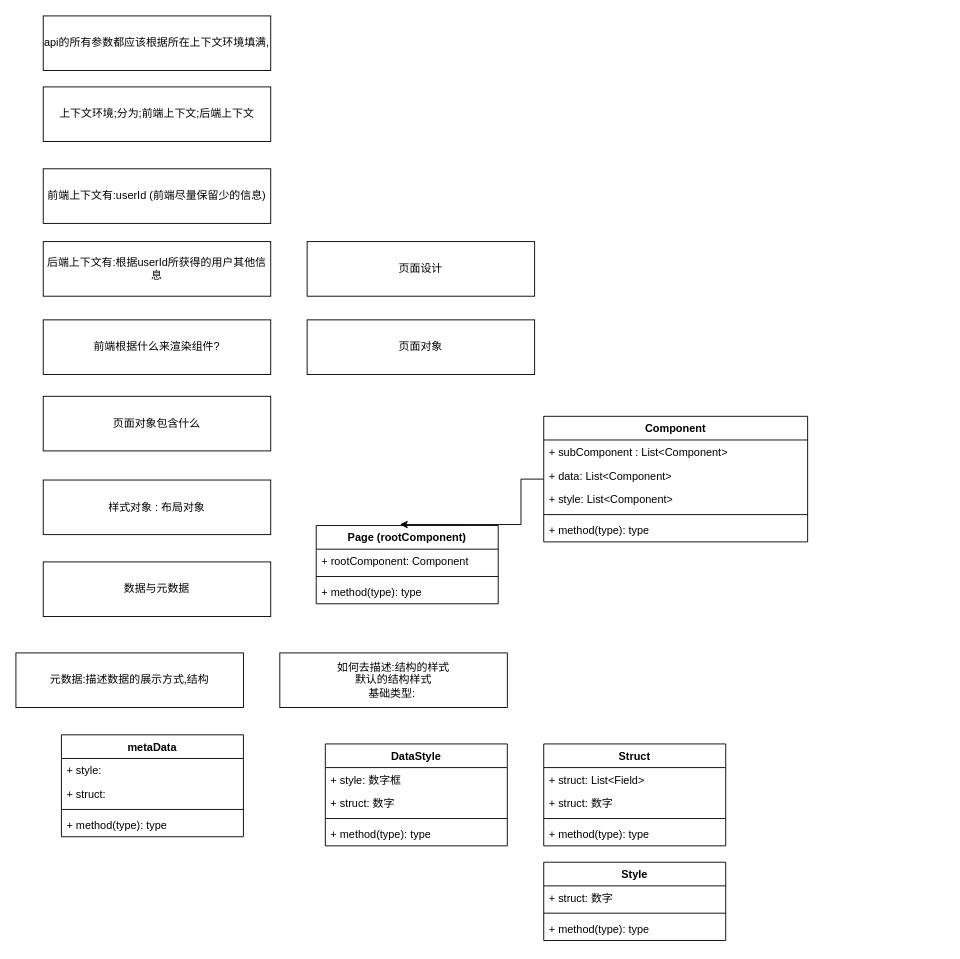
Earlier version of the draw.io diagram page "第 2 页" (2 of 2) of 低代码.drawio (idbanfan/drawio). Source tidied: cells renumbered, new cells numbered last; positions are measured from the earlier drawing's top-left corner, leaving out a move shared by most shapes. Both pictures are drawn from the tidied source at 91%, with x=0, y=0 at pixel (15, 15).
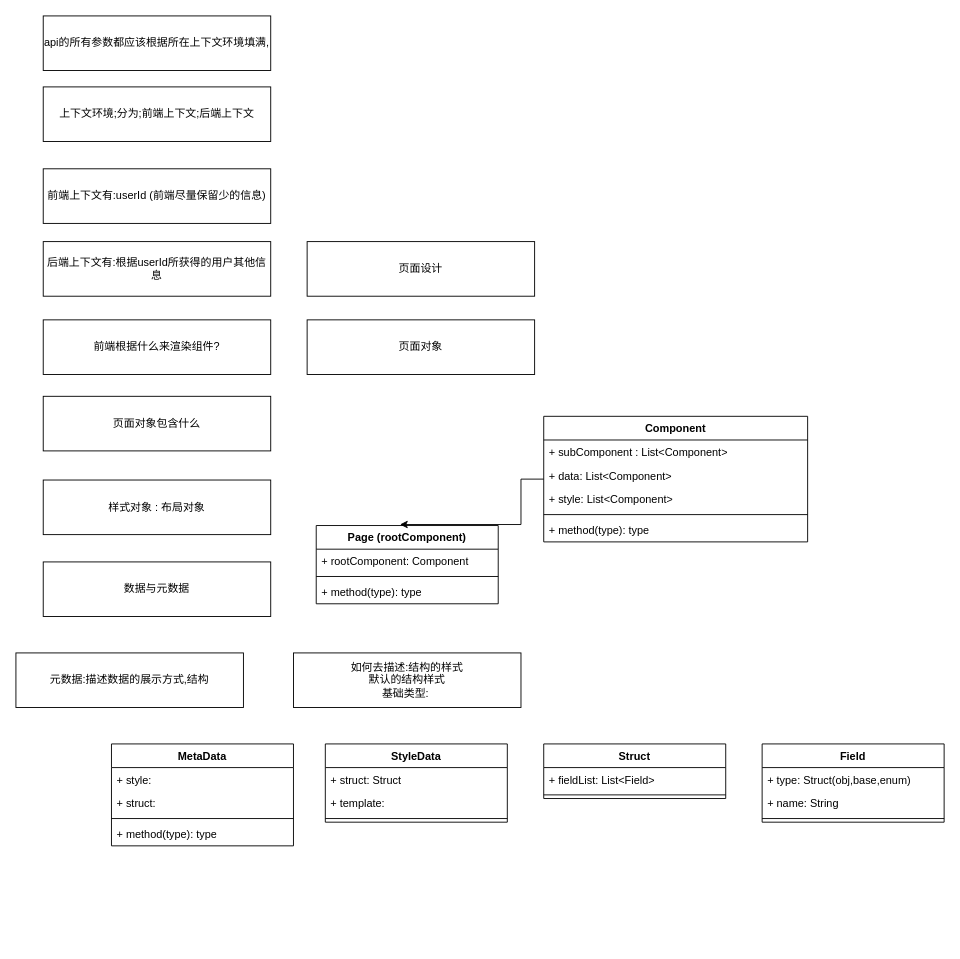
After the change.

Commit message:
更新低代码.drawio

The edit, as a diff of the source:
```diff
@@
-    <mxCell id="24" value="metaData" style="swimlane;fontStyle=1;align=center;verticalAlign=top;horizontal=1;startSize=26;whiteSpace=wrap;html=1;" parent="1" vertex="1">
-      <mxGeometry x="50" y="790" width="200" height="112" as="geometry" />
+    <mxCell id="24" value="MetaData" style="swimlane;fontStyle=1;align=center;verticalAlign=top;horizontal=1;startSize=26;whiteSpace=wrap;html=1;" parent="1" vertex="1">
+      <mxGeometry x="105" y="800" width="200" height="112" as="geometry" />
     </mxCell>
@@
     <mxCell id="29" value="如何去描述:结构的样式&lt;br&gt;默认的结构样式&lt;br&gt;基础类型:&amp;nbsp;" style="rounded=0;whiteSpace=wrap;html=1;" parent="1" vertex="1">
-      <mxGeometry x="290" y="700" width="250" height="60" as="geometry" />
+      <mxGeometry x="305" y="700" width="250" height="60" as="geometry" />
     </mxCell>
-    <mxCell id="30" value="DataStyle" style="swimlane;fontStyle=1;align=center;verticalAlign=top;horizontal=1;startSize=26;whiteSpace=wrap;html=1;" parent="1" vertex="1">
-      <mxGeometry x="340" y="800" width="200" height="112" as="geometry" />
+    <mxCell id="30" value="StyleData" style="swimlane;fontStyle=1;align=center;verticalAlign=top;horizontal=1;startSize=26;whiteSpace=wrap;html=1;" parent="1" vertex="1">
+      <mxGeometry x="340" y="800" width="200" height="86" as="geometry" />
     </mxCell>
-    <mxCell id="31" value="+ style: 数字框" style="text;strokeColor=none;fillColor=none;align=left;verticalAlign=top;spacingLeft=4;spacingRight=4;overflow=hidden;whiteSpace=wrap;html=1;" parent="30" vertex="1">
+    <mxCell id="31" value="+ struct:&amp;nbsp;Struct" style="text;strokeColor=none;fillColor=none;align=left;verticalAlign=top;spacingLeft=4;spacingRight=4;overflow=hidden;whiteSpace=wrap;html=1;" parent="30" vertex="1">
       <mxGeometry y="26" width="200" height="26" as="geometry" />
     </mxCell>
-    <mxCell id="32" value="+ struct: 数字" style="text;strokeColor=none;fillColor=none;align=left;verticalAlign=top;spacingLeft=4;spacingRight=4;overflow=hidden;whiteSpace=wrap;html=1;" parent="30" vertex="1">
+    <mxCell id="32" value="+ template:&amp;nbsp;" style="text;strokeColor=none;fillColor=none;align=left;verticalAlign=top;spacingLeft=4;spacingRight=4;overflow=hidden;whiteSpace=wrap;html=1;" parent="30" vertex="1">
       <mxGeometry y="52" width="200" height="26" as="geometry" />
     </mxCell>
@@
-    <mxCell id="34" value="+ method(type): type" style="text;strokeColor=none;fillColor=none;align=left;verticalAlign=top;spacingLeft=4;spacingRight=4;overflow=hidden;whiteSpace=wrap;html=1;" parent="30" vertex="1">
-      <mxGeometry y="86" width="200" height="26" as="geometry" />
-    </mxCell>
     <mxCell id="35" value="Struct" style="swimlane;fontStyle=1;align=center;verticalAlign=top;horizontal=1;startSize=26;whiteSpace=wrap;html=1;" parent="1" vertex="1">
-      <mxGeometry x="580" y="800" width="200" height="112" as="geometry" />
+      <mxGeometry x="580" y="800" width="200" height="60" as="geometry" />
     </mxCell>
-    <mxCell id="36" value="+ struct: List&amp;lt;Field&amp;gt;" style="text;strokeColor=none;fillColor=none;align=left;verticalAlign=top;spacingLeft=4;spacingRight=4;overflow=hidden;whiteSpace=wrap;html=1;" parent="35" vertex="1">
+    <mxCell id="36" value="+ fieldList: List&amp;lt;Field&amp;gt;" style="text;strokeColor=none;fillColor=none;align=left;verticalAlign=top;spacingLeft=4;spacingRight=4;overflow=hidden;whiteSpace=wrap;html=1;" parent="35" vertex="1">
       <mxGeometry y="26" width="200" height="26" as="geometry" />
     </mxCell>
-    <mxCell id="37" value="+ struct: 数字" style="text;strokeColor=none;fillColor=none;align=left;verticalAlign=top;spacingLeft=4;spacingRight=4;overflow=hidden;whiteSpace=wrap;html=1;" parent="35" vertex="1">
-      <mxGeometry y="52" width="200" height="26" as="geometry" />
-    </mxCell>
     <mxCell id="38" style="line;strokeWidth=1;fillColor=none;align=left;verticalAlign=middle;spacingTop=-1;spacingLeft=3;spacingRight=3;labelPosition=right;strokeColor=inherit;" parent="35" vertex="1">
-      <mxGeometry y="78" width="200" height="8" as="geometry" />
+      <mxGeometry y="52" width="200" height="8" as="geometry" />
     </mxCell>
-    <mxCell id="39" value="+ method(type): type" style="text;strokeColor=none;fillColor=none;align=left;verticalAlign=top;spacingLeft=4;spacingRight=4;overflow=hidden;whiteSpace=wrap;html=1;" parent="35" vertex="1">
-      <mxGeometry y="86" width="200" height="26" as="geometry" />
-    </mxCell>
-    <mxCell id="40" value="Style" style="swimlane;fontStyle=1;align=center;verticalAlign=top;horizontal=1;startSize=26;whiteSpace=wrap;html=1;" parent="1" vertex="1">
-      <mxGeometry x="580" y="930" width="200" height="86" as="geometry" />
-    </mxCell>
-    <mxCell id="41" value="+ struct: 数字" style="text;strokeColor=none;fillColor=none;align=left;verticalAlign=top;spacingLeft=4;spacingRight=4;overflow=hidden;whiteSpace=wrap;html=1;" parent="40" vertex="1">
-      <mxGeometry y="26" width="200" height="26" as="geometry" />
-    </mxCell>
-    <mxCell id="42" style="line;strokeWidth=1;fillColor=none;align=left;verticalAlign=middle;spacingTop=-1;spacingLeft=3;spacingRight=3;labelPosition=right;strokeColor=inherit;" parent="40" vertex="1">
-      <mxGeometry y="52" width="200" height="8" as="geometry" />
-    </mxCell>
-    <mxCell id="43" value="+ method(type): type" style="text;strokeColor=none;fillColor=none;align=left;verticalAlign=top;spacingLeft=4;spacingRight=4;overflow=hidden;whiteSpace=wrap;html=1;" parent="40" vertex="1">
-      <mxGeometry y="60" width="200" height="26" as="geometry" />
-    </mxCell>
+    <mxCell id="44" value="Field" style="swimlane;fontStyle=1;align=center;verticalAlign=top;horizontal=1;startSize=26;whiteSpace=wrap;html=1;" parent="1" vertex="1">
+      <mxGeometry x="820" y="800" width="200" height="86" as="geometry" />
+    </mxCell>
+    <mxCell id="45" value="+ type:&amp;nbsp;Struct(obj,base,enum)" style="text;strokeColor=none;fillColor=none;align=left;verticalAlign=top;spacingLeft=4;spacingRight=4;overflow=hidden;whiteSpace=wrap;html=1;" parent="44" vertex="1">
+      <mxGeometry y="26" width="200" height="26" as="geometry" />
+    </mxCell>
+    <mxCell id="46" value="+ name: String" style="text;strokeColor=none;fillColor=none;align=left;verticalAlign=top;spacingLeft=4;spacingRight=4;overflow=hidden;whiteSpace=wrap;html=1;" parent="44" vertex="1">
+      <mxGeometry y="52" width="200" height="26" as="geometry" />
+    </mxCell>
+    <mxCell id="47" style="line;strokeWidth=1;fillColor=none;align=left;verticalAlign=middle;spacingTop=-1;spacingLeft=3;spacingRight=3;labelPosition=right;strokeColor=inherit;" parent="44" vertex="1">
+      <mxGeometry y="78" width="200" height="8" as="geometry" />
+    </mxCell>
```
